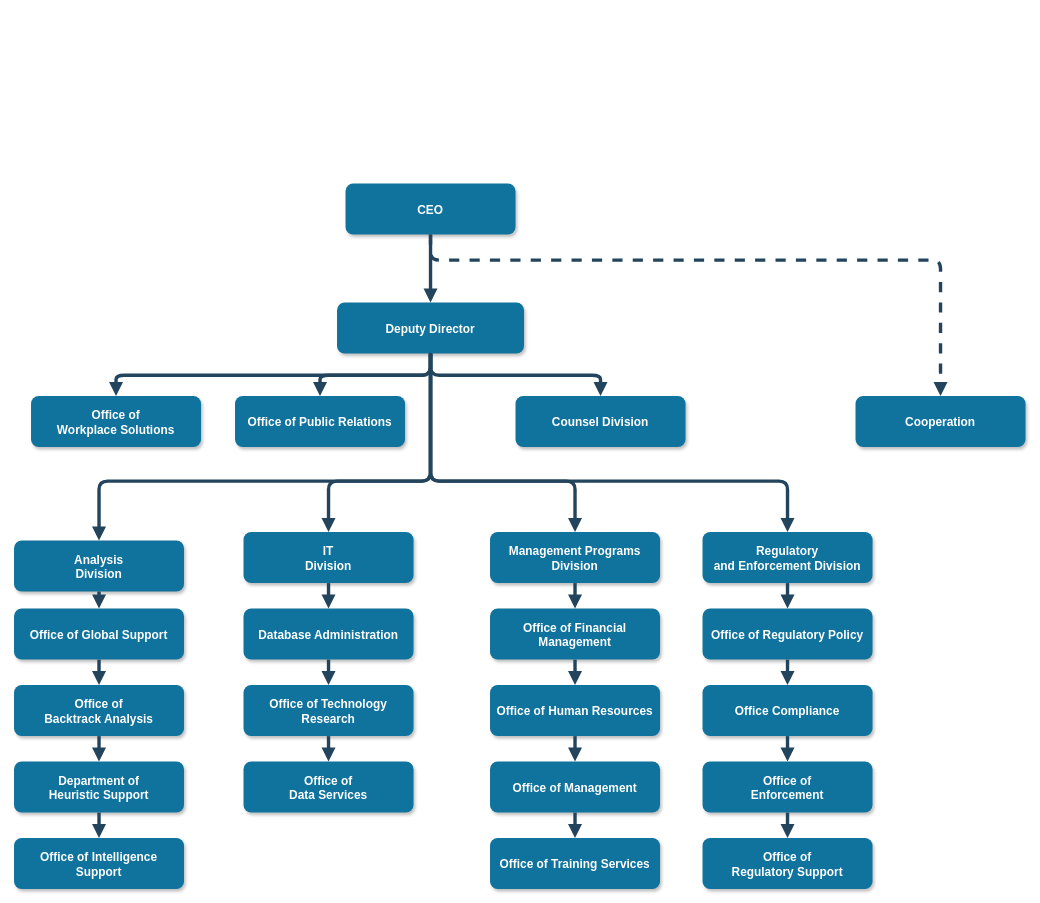
Earlier version of the draw.io diagram 未命名绘图.drawio (qikong333/-). Source tidied: cells renumbered, new cells numbered last; positions are measured from the earlier drawing's top-left corner, leaving out a move shared by most shapes. Both pictures are drawn from the tidied source at 85%, with x=0, y=0 at pixel (14, 184).
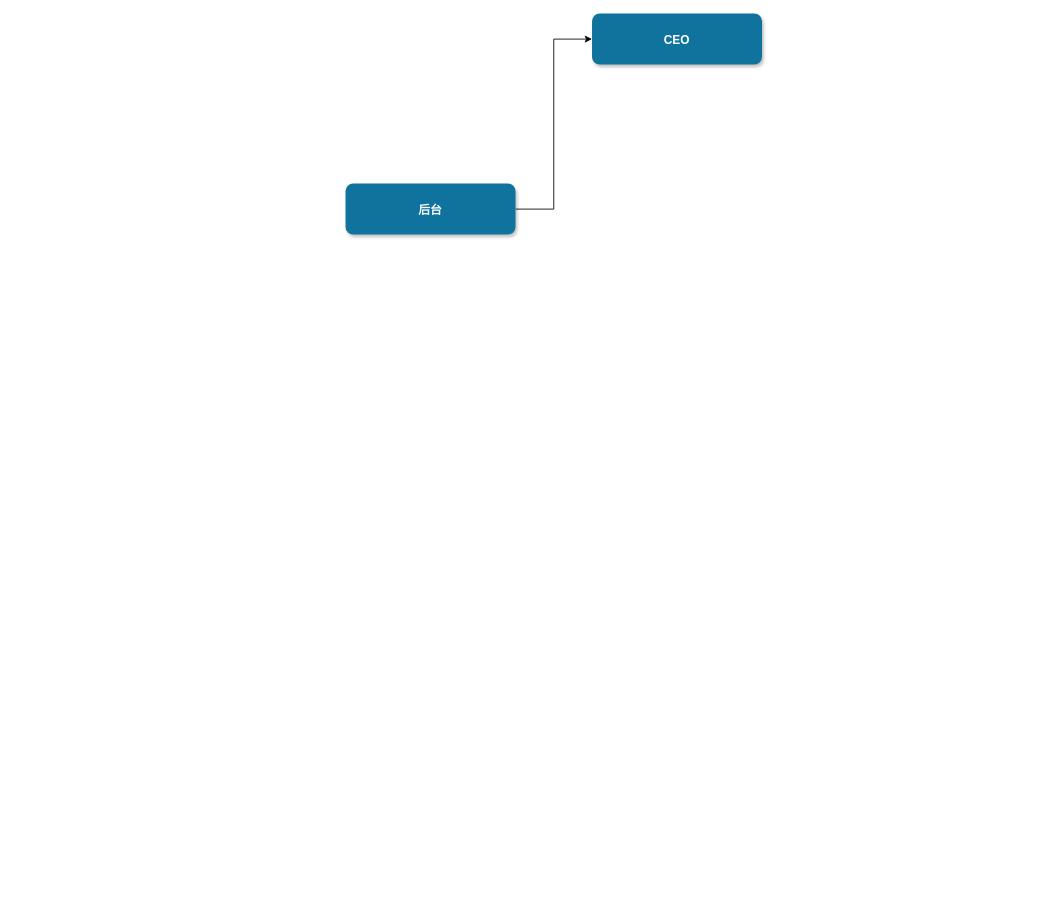
Above is the later version.

Change to the diagram source:
```diff
@@
+    <mxCell id="51" style="edgeStyle=orthogonalEdgeStyle;rounded=0;jettySize=auto;html=1;entryX=0;entryY=0.5;entryDx=0;entryDy=0;" parent="1" edge="1" source="2" target="52">
+      <mxGeometry relative="1" as="geometry" />
+    </mxCell>
-    <mxCell id="2" value="CEO" style="rounded=1;fillColor=#10739E;strokeColor=none;shadow=1;gradientColor=none;fontStyle=1;fontColor=#FFFFFF;fontSize=14;" parent="1" vertex="1">
+    <mxCell id="2" value="后台" style="rounded=1;fillColor=#10739E;strokeColor=none;shadow=1;gradientColor=none;fontStyle=1;fontColor=#FFFFFF;fontSize=14;" parent="1" vertex="1">
       <mxGeometry x="390" y="-0.5" width="200" height="60" as="geometry" />
     </mxCell>
-    <mxCell id="3" value="Deputy Director" style="rounded=1;fillColor=#10739E;strokeColor=none;shadow=1;gradientColor=none;fontStyle=1;fontColor=#FFFFFF;fontSize=14;" parent="1" vertex="1">
-      <mxGeometry x="380" y="139.5" width="220" height="60" as="geometry" />
-    </mxCell>
-    <mxCell id="4" value="Office of &#10;Workplace Solutions" style="rounded=1;fillColor=#10739E;strokeColor=none;shadow=1;gradientColor=none;fontStyle=1;fontColor=#FFFFFF;fontSize=14;" parent="1" vertex="1">
-      <mxGeometry x="20" y="249.5" width="200" height="60" as="geometry" />
-    </mxCell>
-    <mxCell id="5" value="Office of Public Relations" style="rounded=1;fillColor=#10739E;strokeColor=none;shadow=1;gradientColor=none;fontStyle=1;fontColor=#FFFFFF;fontSize=14;" parent="1" vertex="1">
-      <mxGeometry x="260" y="249.5" width="200" height="60" as="geometry" />
-    </mxCell>
-    <mxCell id="6" value="Counsel Division" style="rounded=1;fillColor=#10739E;strokeColor=none;shadow=1;gradientColor=none;fontStyle=1;fontColor=#FFFFFF;fontSize=14;" parent="1" vertex="1">
-      <mxGeometry x="590" y="249.5" width="200" height="60" as="geometry" />
-    </mxCell>
-    <mxCell id="7" value="Cooperation" style="rounded=1;fillColor=#10739E;strokeColor=none;shadow=1;gradientColor=none;fontStyle=1;fontColor=#FFFFFF;fontSize=14;" parent="1" vertex="1">
-      <mxGeometry x="990" y="249.5" width="200" height="60" as="geometry" />
-    </mxCell>
-    <mxCell id="8" value="Analysis &#10;Division" style="rounded=1;fillColor=#10739E;strokeColor=none;shadow=1;gradientColor=none;fontStyle=1;fontColor=#FFFFFF;fontSize=14;" parent="1" vertex="1">
-      <mxGeometry y="419.5" width="200" height="60" as="geometry" />
-    </mxCell>
-    <mxCell id="9" value="Office of Global Support" style="rounded=1;fillColor=#10739E;strokeColor=none;shadow=1;gradientColor=none;fontStyle=1;fontColor=#FFFFFF;fontSize=14;" parent="1" vertex="1">
-      <mxGeometry y="499.5" width="200" height="60" as="geometry" />
-    </mxCell>
-    <mxCell id="10" value="Office of &#10;Backtrack Analysis" style="rounded=1;fillColor=#10739E;strokeColor=none;shadow=1;gradientColor=none;fontStyle=1;fontColor=#FFFFFF;fontSize=14;" parent="1" vertex="1">
-      <mxGeometry y="589.5" width="200" height="60" as="geometry" />
-    </mxCell>
-    <mxCell id="11" value="Department of &#10;Heuristic Support" style="rounded=1;fillColor=#10739E;strokeColor=none;shadow=1;gradientColor=none;fontStyle=1;fontColor=#FFFFFF;fontSize=14;" parent="1" vertex="1">
-      <mxGeometry y="679.5" width="200" height="60" as="geometry" />
-    </mxCell>
-    <mxCell id="12" value="Office of Intelligence &#10;Support" style="rounded=1;fillColor=#10739E;strokeColor=none;shadow=1;gradientColor=none;fontStyle=1;fontColor=#FFFFFF;fontSize=14;" parent="1" vertex="1">
-      <mxGeometry y="769.5" width="200" height="60" as="geometry" />
-    </mxCell>
-    <mxCell id="13" value="IT&#10;Division" style="rounded=1;fillColor=#10739E;strokeColor=none;shadow=1;gradientColor=none;fontStyle=1;fontColor=#FFFFFF;fontSize=14;" parent="1" vertex="1">
-      <mxGeometry x="270" y="409.5" width="200" height="60" as="geometry" />
-    </mxCell>
-    <mxCell id="14" value="Database Administration" style="rounded=1;fillColor=#10739E;strokeColor=none;shadow=1;gradientColor=none;fontStyle=1;fontColor=#FFFFFF;fontSize=14;" parent="1" vertex="1">
-      <mxGeometry x="270" y="499.5" width="200" height="60" as="geometry" />
-    </mxCell>
-    <mxCell id="15" value="Office of Technology &#10;Research" style="rounded=1;fillColor=#10739E;strokeColor=none;shadow=1;gradientColor=none;fontStyle=1;fontColor=#FFFFFF;fontSize=14;" parent="1" vertex="1">
-      <mxGeometry x="270" y="589.5" width="200" height="60" as="geometry" />
-    </mxCell>
-    <mxCell id="16" value="Office of&#10;Data Services" style="rounded=1;fillColor=#10739E;strokeColor=none;shadow=1;gradientColor=none;fontStyle=1;fontColor=#FFFFFF;fontSize=14;" parent="1" vertex="1">
-      <mxGeometry x="270" y="679.5" width="200" height="60" as="geometry" />
-    </mxCell>
-    <mxCell id="17" value="Management Programs &#10;Division" style="rounded=1;fillColor=#10739E;strokeColor=none;shadow=1;gradientColor=none;fontStyle=1;fontColor=#FFFFFF;fontSize=14;" parent="1" vertex="1">
-      <mxGeometry x="560" y="409.5" width="200" height="60" as="geometry" />
-    </mxCell>
-    <mxCell id="18" value="Office of Financial &#10;Management" style="rounded=1;fillColor=#10739E;strokeColor=none;shadow=1;gradientColor=none;fontStyle=1;fontColor=#FFFFFF;fontSize=14;" parent="1" vertex="1">
-      <mxGeometry x="560" y="499.5" width="200" height="60" as="geometry" />
-    </mxCell>
-    <mxCell id="19" value="Office of Human Resources" style="rounded=1;fillColor=#10739E;strokeColor=none;shadow=1;gradientColor=none;fontStyle=1;fontColor=#FFFFFF;fontSize=14;" parent="1" vertex="1">
-      <mxGeometry x="560" y="589.5" width="200" height="60" as="geometry" />
-    </mxCell>
-    <mxCell id="20" value="Office of Management " style="rounded=1;fillColor=#10739E;strokeColor=none;shadow=1;gradientColor=none;fontStyle=1;fontColor=#FFFFFF;fontSize=14;" parent="1" vertex="1">
-      <mxGeometry x="560" y="679.5" width="200" height="60" as="geometry" />
-    </mxCell>
-    <mxCell id="21" value="Office of Training Services" style="rounded=1;fillColor=#10739E;strokeColor=none;shadow=1;gradientColor=none;fontStyle=1;fontColor=#FFFFFF;fontSize=14;" parent="1" vertex="1">
-      <mxGeometry x="560" y="769.5" width="200" height="60" as="geometry" />
-    </mxCell>
-    <mxCell id="22" value="Regulatory &#10;and Enforcement Division" style="rounded=1;fillColor=#10739E;strokeColor=none;shadow=1;gradientColor=none;fontStyle=1;fontColor=#FFFFFF;fontSize=14;" parent="1" vertex="1">
-      <mxGeometry x="810" y="409.5" width="200" height="60" as="geometry" />
-    </mxCell>
-    <mxCell id="23" value="Office of Regulatory Policy" style="rounded=1;fillColor=#10739E;strokeColor=none;shadow=1;gradientColor=none;fontStyle=1;fontColor=#FFFFFF;fontSize=14;" parent="1" vertex="1">
-      <mxGeometry x="810" y="499.5" width="200" height="60" as="geometry" />
-    </mxCell>
-    <mxCell id="24" value="Office Compliance" style="rounded=1;fillColor=#10739E;strokeColor=none;shadow=1;gradientColor=none;fontStyle=1;fontColor=#FFFFFF;fontSize=14;" parent="1" vertex="1">
-      <mxGeometry x="810" y="589.5" width="200" height="60" as="geometry" />
-    </mxCell>
-    <mxCell id="25" value="Office of &#10;Enforcement" style="rounded=1;fillColor=#10739E;strokeColor=none;shadow=1;gradientColor=none;fontStyle=1;fontColor=#FFFFFF;fontSize=14;" parent="1" vertex="1">
-      <mxGeometry x="810" y="679.5" width="200" height="60" as="geometry" />
-    </mxCell>
-    <mxCell id="26" value="Office of&#10; Regulatory Support" style="rounded=1;fillColor=#10739E;strokeColor=none;shadow=1;gradientColor=none;fontStyle=1;fontColor=#FFFFFF;fontSize=14;" parent="1" vertex="1">
-      <mxGeometry x="810" y="769.5" width="200" height="60" as="geometry" />
-    </mxCell>
-    <mxCell id="27" style="edgeStyle=elbowEdgeStyle;elbow=vertical;strokeWidth=4;endArrow=block;endFill=1;fontStyle=1;strokeColor=#23445D;" parent="1" edge="1" source="2" target="3">
-      <mxGeometry x="22" y="165.5" as="geometry" />
-    </mxCell>
-    <mxCell id="28" style="edgeStyle=elbowEdgeStyle;elbow=vertical;strokeWidth=4;endArrow=block;endFill=1;fontStyle=1;strokeColor=#23445D;" parent="1" edge="1" source="3" target="5">
-      <mxGeometry x="22" y="165.5" as="geometry" />
-    </mxCell>
-    <mxCell id="29" style="edgeStyle=elbowEdgeStyle;elbow=vertical;strokeWidth=4;endArrow=block;endFill=1;fontStyle=1;strokeColor=#23445D;" parent="1" edge="1" source="3" target="4">
-      <mxGeometry x="22" y="165.5" as="geometry" />
-    </mxCell>
-    <mxCell id="30" style="edgeStyle=elbowEdgeStyle;elbow=vertical;strokeWidth=4;endArrow=block;endFill=1;fontStyle=1;strokeColor=#23445D;" parent="1" edge="1" source="3" target="6">
-      <mxGeometry x="22" y="165.5" as="geometry" />
-    </mxCell>
-    <mxCell id="31" style="edgeStyle=elbowEdgeStyle;elbow=vertical;strokeWidth=4;endArrow=block;endFill=1;fontStyle=1;dashed=1;strokeColor=#23445D;" parent="1" edge="1" source="2" target="7">
-      <mxGeometry x="22" y="165.5" as="geometry">
-        <Array as="points">
-          <mxPoint x="780" y="89.5" />
-        </Array>
-      </mxGeometry>
-    </mxCell>
-    <mxCell id="32" style="edgeStyle=elbowEdgeStyle;elbow=vertical;strokeWidth=4;endArrow=block;endFill=1;fontStyle=1;strokeColor=#23445D;" parent="1" edge="1" source="3" target="8">
-      <mxGeometry x="22" y="165.5" as="geometry">
-        <Array as="points">
-          <mxPoint x="270" y="349.5" />
-        </Array>
-      </mxGeometry>
-    </mxCell>
-    <mxCell id="33" style="edgeStyle=elbowEdgeStyle;elbow=vertical;strokeWidth=4;endArrow=block;endFill=1;fontStyle=1;strokeColor=#23445D;" parent="1" edge="1" source="3" target="22">
-      <mxGeometry x="22" y="165.5" as="geometry">
-        <Array as="points">
-          <mxPoint x="690" y="349.5" />
-        </Array>
-      </mxGeometry>
-    </mxCell>
-    <mxCell id="34" style="edgeStyle=elbowEdgeStyle;elbow=vertical;strokeWidth=4;endArrow=block;endFill=1;fontStyle=1;strokeColor=#23445D;" parent="1" edge="1" source="8" target="9">
-      <mxGeometry x="62" y="165.5" as="geometry" />
-    </mxCell>
-    <mxCell id="35" style="edgeStyle=elbowEdgeStyle;elbow=vertical;strokeWidth=4;endArrow=block;endFill=1;fontStyle=1;strokeColor=#23445D;" parent="1" edge="1" source="9" target="10">
-      <mxGeometry x="62" y="175.5" as="geometry" />
-    </mxCell>
-    <mxCell id="36" style="edgeStyle=elbowEdgeStyle;elbow=vertical;strokeWidth=4;endArrow=block;endFill=1;fontStyle=1;strokeColor=#23445D;" parent="1" edge="1" source="10" target="11">
-      <mxGeometry x="62" y="185.5" as="geometry" />
-    </mxCell>
-    <mxCell id="37" style="edgeStyle=elbowEdgeStyle;elbow=vertical;strokeWidth=4;endArrow=block;endFill=1;fontStyle=1;strokeColor=#23445D;" parent="1" edge="1" source="11" target="12">
-      <mxGeometry x="62" y="195.5" as="geometry" />
-    </mxCell>
-    <mxCell id="38" style="edgeStyle=elbowEdgeStyle;elbow=vertical;strokeWidth=4;endArrow=block;endFill=1;fontStyle=1;strokeColor=#23445D;" parent="1" edge="1" source="13" target="14">
-      <mxGeometry x="62" y="165.5" as="geometry" />
-    </mxCell>
-    <mxCell id="39" style="edgeStyle=elbowEdgeStyle;elbow=vertical;strokeWidth=4;endArrow=block;endFill=1;fontStyle=1;strokeColor=#23445D;" parent="1" edge="1" source="14" target="15">
-      <mxGeometry x="62" y="175.5" as="geometry" />
-    </mxCell>
-    <mxCell id="40" style="edgeStyle=elbowEdgeStyle;elbow=vertical;strokeWidth=4;endArrow=block;endFill=1;fontStyle=1;strokeColor=#23445D;" parent="1" edge="1" source="15" target="16">
-      <mxGeometry x="62" y="185.5" as="geometry" />
-    </mxCell>
-    <mxCell id="41" style="edgeStyle=elbowEdgeStyle;elbow=vertical;strokeWidth=4;endArrow=block;endFill=1;fontStyle=1;strokeColor=#23445D;" parent="1" edge="1" source="17" target="18">
-      <mxGeometry x="72" y="165.5" as="geometry" />
-    </mxCell>
-    <mxCell id="42" style="edgeStyle=elbowEdgeStyle;elbow=vertical;strokeWidth=4;endArrow=block;endFill=1;fontStyle=1;strokeColor=#23445D;" parent="1" edge="1" source="18" target="19">
-      <mxGeometry x="72" y="175.5" as="geometry" />
-    </mxCell>
-    <mxCell id="43" style="edgeStyle=elbowEdgeStyle;elbow=vertical;strokeWidth=4;endArrow=block;endFill=1;fontStyle=1;strokeColor=#23445D;" parent="1" edge="1" source="19" target="20">
-      <mxGeometry x="72" y="185.5" as="geometry" />
-    </mxCell>
-    <mxCell id="44" style="edgeStyle=elbowEdgeStyle;elbow=vertical;strokeWidth=4;endArrow=block;endFill=1;fontStyle=1;strokeColor=#23445D;" parent="1" edge="1" source="20" target="21">
-      <mxGeometry x="72" y="195.5" as="geometry" />
-    </mxCell>
-    <mxCell id="45" style="edgeStyle=elbowEdgeStyle;elbow=vertical;strokeWidth=4;endArrow=block;endFill=1;fontStyle=1;strokeColor=#23445D;" parent="1" edge="1" source="22" target="23">
-      <mxGeometry x="72" y="165.5" as="geometry" />
-    </mxCell>
-    <mxCell id="46" style="edgeStyle=elbowEdgeStyle;elbow=vertical;strokeWidth=4;endArrow=block;endFill=1;fontStyle=1;strokeColor=#23445D;" parent="1" edge="1" source="23" target="24">
-      <mxGeometry x="72" y="175.5" as="geometry" />
-    </mxCell>
-    <mxCell id="47" style="edgeStyle=elbowEdgeStyle;elbow=vertical;strokeWidth=4;endArrow=block;endFill=1;fontStyle=1;strokeColor=#23445D;" parent="1" edge="1" source="24" target="25">
-      <mxGeometry x="72" y="185.5" as="geometry" />
-    </mxCell>
-    <mxCell id="48" style="edgeStyle=elbowEdgeStyle;elbow=vertical;strokeWidth=4;endArrow=block;endFill=1;fontStyle=1;strokeColor=#23445D;" parent="1" edge="1" source="25" target="26">
-      <mxGeometry x="72" y="195.5" as="geometry" />
-    </mxCell>
-    <mxCell id="49" style="edgeStyle=elbowEdgeStyle;elbow=vertical;strokeWidth=4;endArrow=block;endFill=1;fontStyle=1;strokeColor=#23445D;" parent="1" edge="1" source="3" target="13">
-      <mxGeometry x="22" y="165.5" as="geometry">
-        <Array as="points">
-          <mxPoint x="370" y="349.5" />
-        </Array>
-      </mxGeometry>
-    </mxCell>
-    <mxCell id="50" style="edgeStyle=elbowEdgeStyle;elbow=vertical;strokeWidth=4;endArrow=block;endFill=1;fontStyle=1;strokeColor=#23445D;" parent="1" edge="1" source="3" target="17">
-      <mxGeometry x="22" y="165.5" as="geometry">
-        <Array as="points">
-          <mxPoint x="660" y="349.5" />
-        </Array>
-      </mxGeometry>
-    </mxCell>
+    <mxCell id="52" value="CEO" style="rounded=1;fillColor=#10739E;strokeColor=none;shadow=1;gradientColor=none;fontStyle=1;fontColor=#FFFFFF;fontSize=14;" parent="1" vertex="1">
+      <mxGeometry x="680" y="-200.5" width="200" height="60" as="geometry" />
+    </mxCell>
```
